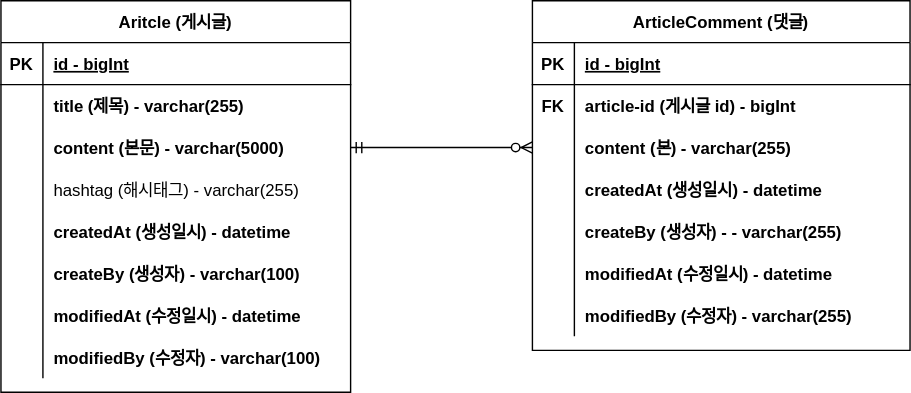
This is document/project01-board-erd.svg from hoochh/project01_board-service, a draw.io export, as it was before one commit. Source tidied: cells renumbered, new cells last; positions are measured from the earlier drawing's top-left corner, leaving out a move shared by most shapes.
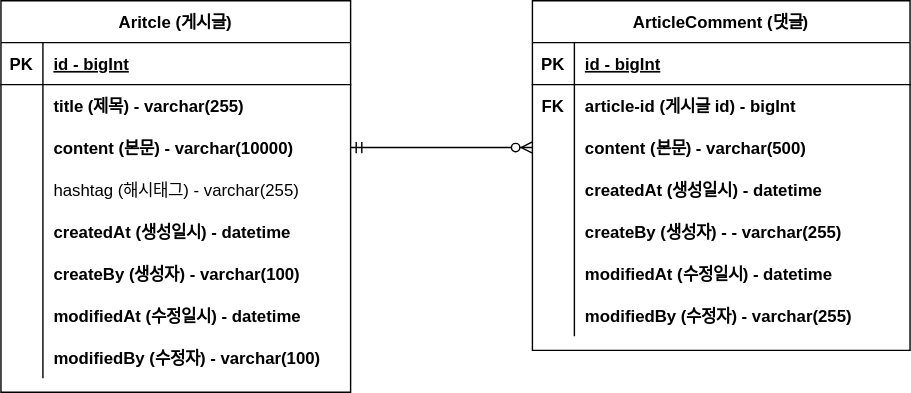
After the commit.

Commit message:
#13 - ERD 업데이트: content 사이즈 변

Diff of the diagram source:
```diff
@@ -29,7 +29,7 @@
     <mxCell id="10" style="shape=partialRectangle;overflow=hidden;fillColor=none;top=0;left=0;bottom=0;right=0;fontStyle=1;" parent="9" vertex="1">
       <mxGeometry width="30" height="30" as="geometry" />
     </mxCell>
-    <mxCell id="11" value="content (본문) - varchar(5000)" style="shape=partialRectangle;overflow=hidden;fillColor=none;top=0;left=0;bottom=0;right=0;align=left;spacingLeft=6;fontStyle=1;" parent="9" vertex="1">
+    <mxCell id="11" value="content (본문) - varchar(10000)" style="shape=partialRectangle;overflow=hidden;fillColor=none;top=0;left=0;bottom=0;right=0;align=left;spacingLeft=6;fontStyle=1;" parent="9" vertex="1">
       <mxGeometry x="30" width="220" height="30" as="geometry" />
     </mxCell>
     <mxCell id="12" style="shape=partialRectangle;fillColor=none;top=0;left=0;right=0;bottom=0;fontStyle=1;" parent="2" vertex="1">
@@ -104,7 +104,7 @@
     <mxCell id="35" style="shape=partialRectangle;overflow=hidden;fillColor=none;top=0;left=0;bottom=0;right=0;fontStyle=1;" parent="34" vertex="1">
       <mxGeometry width="30" height="30" as="geometry" />
     </mxCell>
-    <mxCell id="36" value="content (본) - varchar(255)" style="shape=partialRectangle;overflow=hidden;fillColor=none;top=0;left=0;bottom=0;right=0;align=left;spacingLeft=6;fontStyle=1;" parent="34" vertex="1">
+    <mxCell id="36" value="content (본문) - varchar(500)" style="shape=partialRectangle;overflow=hidden;fillColor=none;top=0;left=0;bottom=0;right=0;align=left;spacingLeft=6;fontStyle=1;" parent="34" vertex="1">
       <mxGeometry x="30" width="240" height="30" as="geometry" />
     </mxCell>
     <mxCell id="37" style="shape=partialRectangle;fillColor=none;top=0;left=0;right=0;bottom=0;fontStyle=1;" parent="27" vertex="1">
```
